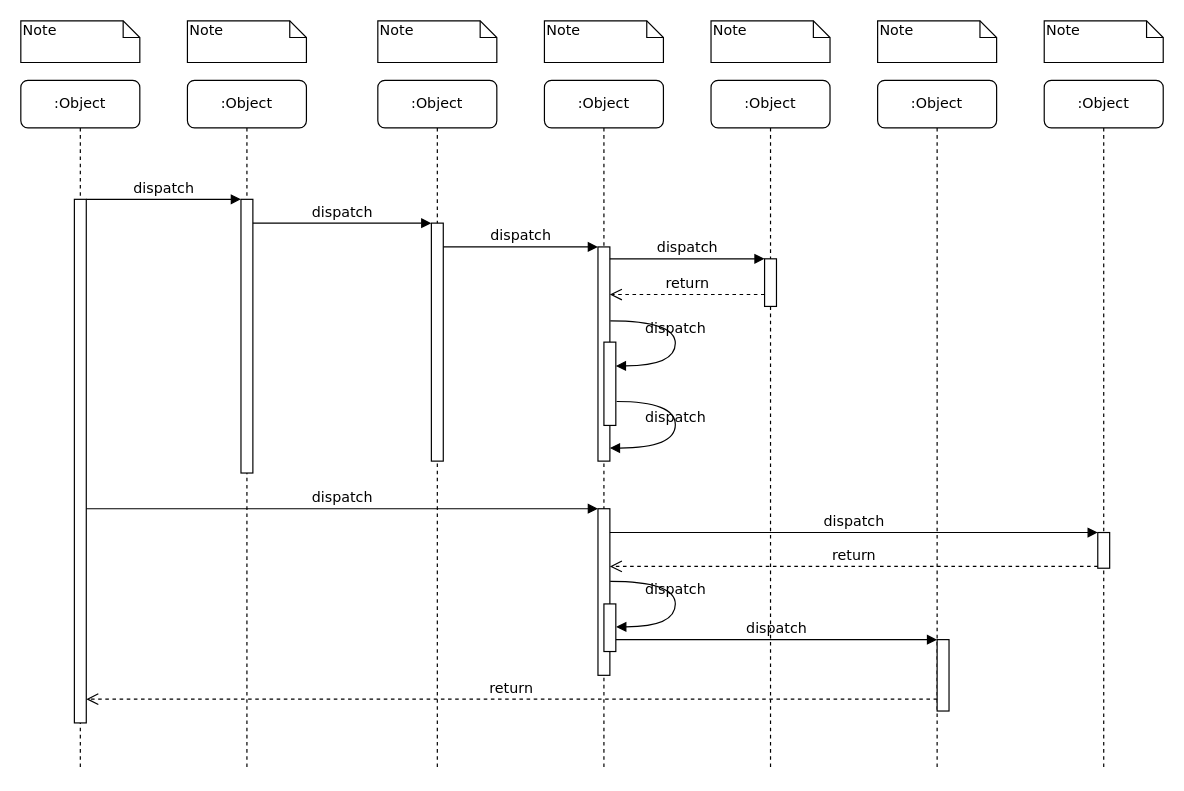
fatemeKholousi/hanabi-jar-frontend keeps this draw.io diagram as sequence diagram.drawio. Above is the earlier version. Source tidied: cells renumbered, new cells numbered last; positions are measured from the earlier drawing's top-left corner, leaving out a move shared by most shapes. Both pictures are drawn from the tidied source at 119%, with x=0, y=0 at pixel (20, 20).
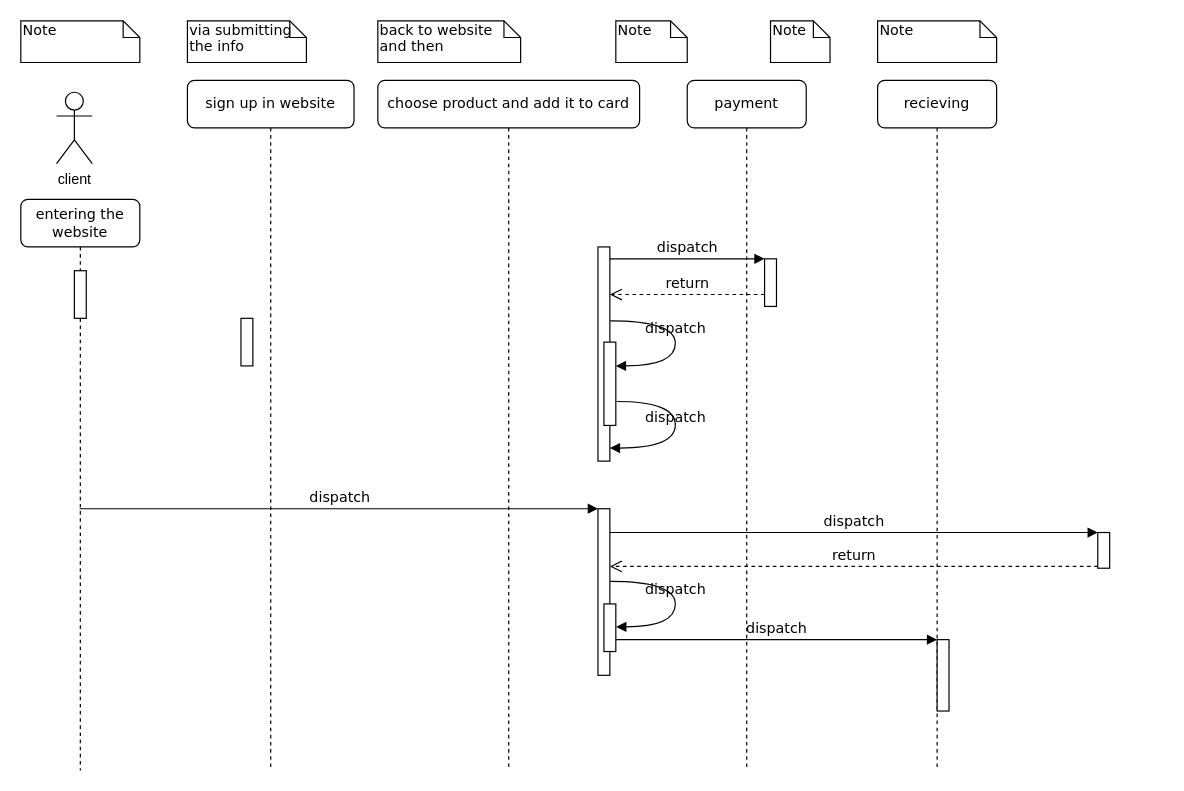
Above is the later version.

Unchanged cells that the change refers to:
```xml
<mxCell id="12" style="html=1;points=[];perimeter=orthogonalPerimeter;rounded=0;shadow=0;comic=0;labelBackgroundColor=none;strokeWidth=1;fontFamily=Verdana;fontSize=12;align=center;" parent="1" vertex="1">
  <mxGeometry x="485" y="190" width="10" height="180" as="geometry" />
</mxCell>
<mxCell id="17" style="html=1;points=[];perimeter=orthogonalPerimeter;rounded=0;shadow=0;comic=0;labelBackgroundColor=none;strokeWidth=1;fontFamily=Verdana;fontSize=12;align=center;" parent="1" vertex="1">
  <mxGeometry x="485" y="410" width="10" height="140" as="geometry" />
</mxCell>
<mxCell id="22" style="html=1;points=[];perimeter=orthogonalPerimeter;rounded=0;shadow=0;comic=0;labelBackgroundColor=none;strokeWidth=1;fontFamily=Verdana;fontSize=12;align=center;" parent="1" vertex="1">
  <mxGeometry x="770" y="520" width="10" height="60" as="geometry" />
</mxCell>
```

Change to the diagram source:
```diff
@@
-    <mxCell id="2" value=":Object" style="shape=umlLifeline;perimeter=lifelinePerimeter;whiteSpace=wrap;html=1;rounded=1;shadow=0;comic=0;labelBackgroundColor=none;strokeWidth=1;fontFamily=Verdana;fontSize=12;align=center;" parent="1" vertex="1">
-      <mxGeometry x="140" y="50" width="100" height="580" as="geometry" />
+    <mxCell id="2" value="sign up in website" style="shape=umlLifeline;perimeter=lifelinePerimeter;whiteSpace=wrap;html=1;rounded=1;shadow=0;comic=0;labelBackgroundColor=none;strokeWidth=1;fontFamily=Verdana;fontSize=12;align=center;" parent="1" vertex="1">
+      <mxGeometry x="140" y="50" width="140" height="580" as="geometry" />
     </mxCell>
     <mxCell id="3" style="html=1;points=[];perimeter=orthogonalPerimeter;rounded=0;shadow=0;comic=0;labelBackgroundColor=none;strokeWidth=1;fontFamily=Verdana;fontSize=12;align=center;" parent="2" vertex="1">
-      <mxGeometry x="45" y="100" width="10" height="230" as="geometry" />
+      <mxGeometry x="45" y="200" width="10" height="40" as="geometry" />
     </mxCell>
-    <mxCell id="4" value=":Object" style="shape=umlLifeline;perimeter=lifelinePerimeter;whiteSpace=wrap;html=1;rounded=1;shadow=0;comic=0;labelBackgroundColor=none;strokeWidth=1;fontFamily=Verdana;fontSize=12;align=center;" parent="1" vertex="1">
-      <mxGeometry x="300" y="50" width="100" height="580" as="geometry" />
-    </mxCell>
-    <mxCell id="5" style="html=1;points=[];perimeter=orthogonalPerimeter;rounded=0;shadow=0;comic=0;labelBackgroundColor=none;strokeWidth=1;fontFamily=Verdana;fontSize=12;align=center;" parent="4" vertex="1">
-      <mxGeometry x="45" y="120" width="10" height="200" as="geometry" />
-    </mxCell>
-    <mxCell id="6" value=":Object" style="shape=umlLifeline;perimeter=lifelinePerimeter;whiteSpace=wrap;html=1;rounded=1;shadow=0;comic=0;labelBackgroundColor=none;strokeWidth=1;fontFamily=Verdana;fontSize=12;align=center;" parent="1" vertex="1">
-      <mxGeometry x="440" y="50" width="100" height="580" as="geometry" />
+    <mxCell id="6" value="choose product and add it to card" style="shape=umlLifeline;perimeter=lifelinePerimeter;whiteSpace=wrap;html=1;rounded=1;shadow=0;comic=0;labelBackgroundColor=none;strokeWidth=1;fontFamily=Verdana;fontSize=12;align=center;" parent="1" vertex="1">
+      <mxGeometry x="300" y="50" width="220" height="580" as="geometry" />
     </mxCell>
-    <mxCell id="7" value=":Object" style="shape=umlLifeline;perimeter=lifelinePerimeter;whiteSpace=wrap;html=1;rounded=1;shadow=0;comic=0;labelBackgroundColor=none;strokeWidth=1;fontFamily=Verdana;fontSize=12;align=center;" parent="1" vertex="1">
-      <mxGeometry x="580" y="50" width="100" height="580" as="geometry" />
+    <mxCell id="7" value="payment" style="shape=umlLifeline;perimeter=lifelinePerimeter;whiteSpace=wrap;html=1;rounded=1;shadow=0;comic=0;labelBackgroundColor=none;strokeWidth=1;fontFamily=Verdana;fontSize=12;align=center;" parent="1" vertex="1">
+      <mxGeometry x="560" y="50" width="100" height="580" as="geometry" />
     </mxCell>
-    <mxCell id="8" value=":Object" style="shape=umlLifeline;perimeter=lifelinePerimeter;whiteSpace=wrap;html=1;rounded=1;shadow=0;comic=0;labelBackgroundColor=none;strokeWidth=1;fontFamily=Verdana;fontSize=12;align=center;" parent="1" vertex="1">
+    <mxCell id="8" value="recieving" style="shape=umlLifeline;perimeter=lifelinePerimeter;whiteSpace=wrap;html=1;rounded=1;shadow=0;comic=0;labelBackgroundColor=none;strokeWidth=1;fontFamily=Verdana;fontSize=12;align=center;" parent="1" vertex="1">
       <mxGeometry x="720" y="50" width="100" height="580" as="geometry" />
     </mxCell>
-    <mxCell id="9" value=":Object" style="shape=umlLifeline;perimeter=lifelinePerimeter;whiteSpace=wrap;html=1;rounded=1;shadow=0;comic=0;labelBackgroundColor=none;strokeWidth=1;fontFamily=Verdana;fontSize=12;align=center;" parent="1" vertex="1">
-      <mxGeometry x="860" y="50" width="100" height="580" as="geometry" />
-    </mxCell>
-    <mxCell id="10" value=":Object" style="shape=umlLifeline;perimeter=lifelinePerimeter;whiteSpace=wrap;html=1;outlineConnect=0;rounded=1;shadow=0;comic=0;labelBackgroundColor=none;strokeWidth=1;fontFamily=Verdana;fontSize=12;align=center;" parent="1" vertex="1">
-      <mxGeometry y="50" width="100" height="580" as="geometry" />
+    <mxCell id="10" value="entering the website" style="shape=umlLifeline;perimeter=lifelinePerimeter;whiteSpace=wrap;html=1;outlineConnect=0;rounded=1;shadow=0;comic=0;labelBackgroundColor=none;strokeWidth=1;fontFamily=Verdana;fontSize=12;align=center;" parent="1" vertex="1">
+      <mxGeometry y="150" width="100" height="480" as="geometry" />
     </mxCell>
     <mxCell id="11" style="html=1;points=[];perimeter=orthogonalPerimeter;rounded=0;shadow=0;comic=0;labelBackgroundColor=none;strokeWidth=1;fontFamily=Verdana;fontSize=12;align=center;" parent="10" vertex="1">
-      <mxGeometry x="45" y="100" width="10" height="440" as="geometry" />
+      <mxGeometry x="45" y="60" width="10" height="40" as="geometry" />
     </mxCell>
@@
-    <mxCell id="13" value="dispatch" style="html=1;verticalAlign=bottom;endArrow=block;labelBackgroundColor=none;fontFamily=Verdana;fontSize=12;edgeStyle=elbowEdgeStyle;elbow=vertical;" parent="1" edge="1" source="5" target="12">
-      <mxGeometry relative="1" as="geometry">
-        <Array as="points">
-          <mxPoint x="360" y="190" />
-        </Array>
-      </mxGeometry>
-    </mxCell>
@@
-    <mxCell id="18" value="dispatch" style="html=1;verticalAlign=bottom;endArrow=block;entryX=0;entryY=0;labelBackgroundColor=none;fontFamily=Verdana;fontSize=12;" parent="1" edge="1" source="11" target="17">
+    <mxCell id="18" value="dispatch" style="html=1;verticalAlign=bottom;endArrow=block;entryX=0;entryY=0;labelBackgroundColor=none;fontFamily=Verdana;fontSize=12;" parent="1" edge="1" source="10" target="17">
       <mxGeometry relative="1" as="geometry" />
     </mxCell>
@@
-    <mxCell id="24" value="return" style="html=1;verticalAlign=bottom;endArrow=open;dashed=1;endSize=8;labelBackgroundColor=none;fontFamily=Verdana;fontSize=12;edgeStyle=elbowEdgeStyle;elbow=vertical;" parent="1" edge="1" source="22" target="11">
-      <mxGeometry relative="1" as="geometry">
-        <Array as="points">
-          <mxPoint x="470" y="570" />
-        </Array>
-      </mxGeometry>
-    </mxCell>
-    <mxCell id="25" value="dispatch" style="html=1;verticalAlign=bottom;endArrow=block;entryX=0;entryY=0;labelBackgroundColor=none;fontFamily=Verdana;fontSize=12;edgeStyle=elbowEdgeStyle;elbow=vertical;" parent="1" edge="1" source="11" target="3">
-      <mxGeometry relative="1" as="geometry" />
-    </mxCell>
-    <mxCell id="26" value="dispatch" style="html=1;verticalAlign=bottom;endArrow=block;entryX=0;entryY=0;labelBackgroundColor=none;fontFamily=Verdana;fontSize=12;edgeStyle=elbowEdgeStyle;elbow=vertical;" parent="1" edge="1" source="3" target="5">
-      <mxGeometry relative="1" as="geometry" />
-    </mxCell>
@@
-    <mxCell id="33" value="Note" style="shape=note;whiteSpace=wrap;html=1;size=14;verticalAlign=top;align=left;spacingTop=-6;rounded=0;shadow=0;comic=0;labelBackgroundColor=none;strokeWidth=1;fontFamily=Verdana;fontSize=12;" parent="1" vertex="1">
+    <mxCell id="33" value="via&amp;nbsp;&lt;span style=&quot;text-align: center;&quot;&gt;submitting the info&lt;/span&gt;" style="shape=note;whiteSpace=wrap;html=1;size=14;verticalAlign=top;align=left;spacingTop=-6;rounded=0;shadow=0;comic=0;labelBackgroundColor=none;strokeWidth=1;fontFamily=Verdana;fontSize=12;" parent="1" vertex="1">
       <mxGeometry x="140" width="100" height="35" as="geometry" />
     </mxCell>
-    <mxCell id="34" value="Note" style="shape=note;whiteSpace=wrap;html=1;size=14;verticalAlign=top;align=left;spacingTop=-6;rounded=0;shadow=0;comic=0;labelBackgroundColor=none;strokeWidth=1;fontFamily=Verdana;fontSize=12;" parent="1" vertex="1">
-      <mxGeometry x="300" width="100" height="35" as="geometry" />
+    <mxCell id="34" value="back to website and then" style="shape=note;whiteSpace=wrap;html=1;size=14;verticalAlign=top;align=left;spacingTop=-6;rounded=0;shadow=0;comic=0;labelBackgroundColor=none;strokeWidth=1;fontFamily=Verdana;fontSize=12;" parent="1" vertex="1">
+      <mxGeometry x="300" width="120" height="35" as="geometry" />
     </mxCell>
     <mxCell id="35" value="Note" style="shape=note;whiteSpace=wrap;html=1;size=14;verticalAlign=top;align=left;spacingTop=-6;rounded=0;shadow=0;comic=0;labelBackgroundColor=none;strokeWidth=1;fontFamily=Verdana;fontSize=12;" parent="1" vertex="1">
-      <mxGeometry x="440" width="100" height="35" as="geometry" />
+      <mxGeometry x="500" width="60" height="35" as="geometry" />
     </mxCell>
     <mxCell id="36" value="Note" style="shape=note;whiteSpace=wrap;html=1;size=14;verticalAlign=top;align=left;spacingTop=-6;rounded=0;shadow=0;comic=0;labelBackgroundColor=none;strokeWidth=1;fontFamily=Verdana;fontSize=12;" parent="1" vertex="1">
-      <mxGeometry x="580" width="100" height="35" as="geometry" />
+      <mxGeometry x="630" width="50" height="35" as="geometry" />
     </mxCell>
@@
-    <mxCell id="38" value="Note" style="shape=note;whiteSpace=wrap;html=1;size=14;verticalAlign=top;align=left;spacingTop=-6;rounded=0;shadow=0;comic=0;labelBackgroundColor=none;strokeWidth=1;fontFamily=Verdana;fontSize=12;" parent="1" vertex="1">
-      <mxGeometry x="860" width="100" height="35" as="geometry" />
-    </mxCell>
+    <mxCell id="39" value="client" style="shape=umlActor;verticalLabelPosition=bottom;verticalAlign=top;html=1;" parent="1" vertex="1">
+      <mxGeometry x="30" y="60" width="30" height="60" as="geometry" />
+    </mxCell>
```
